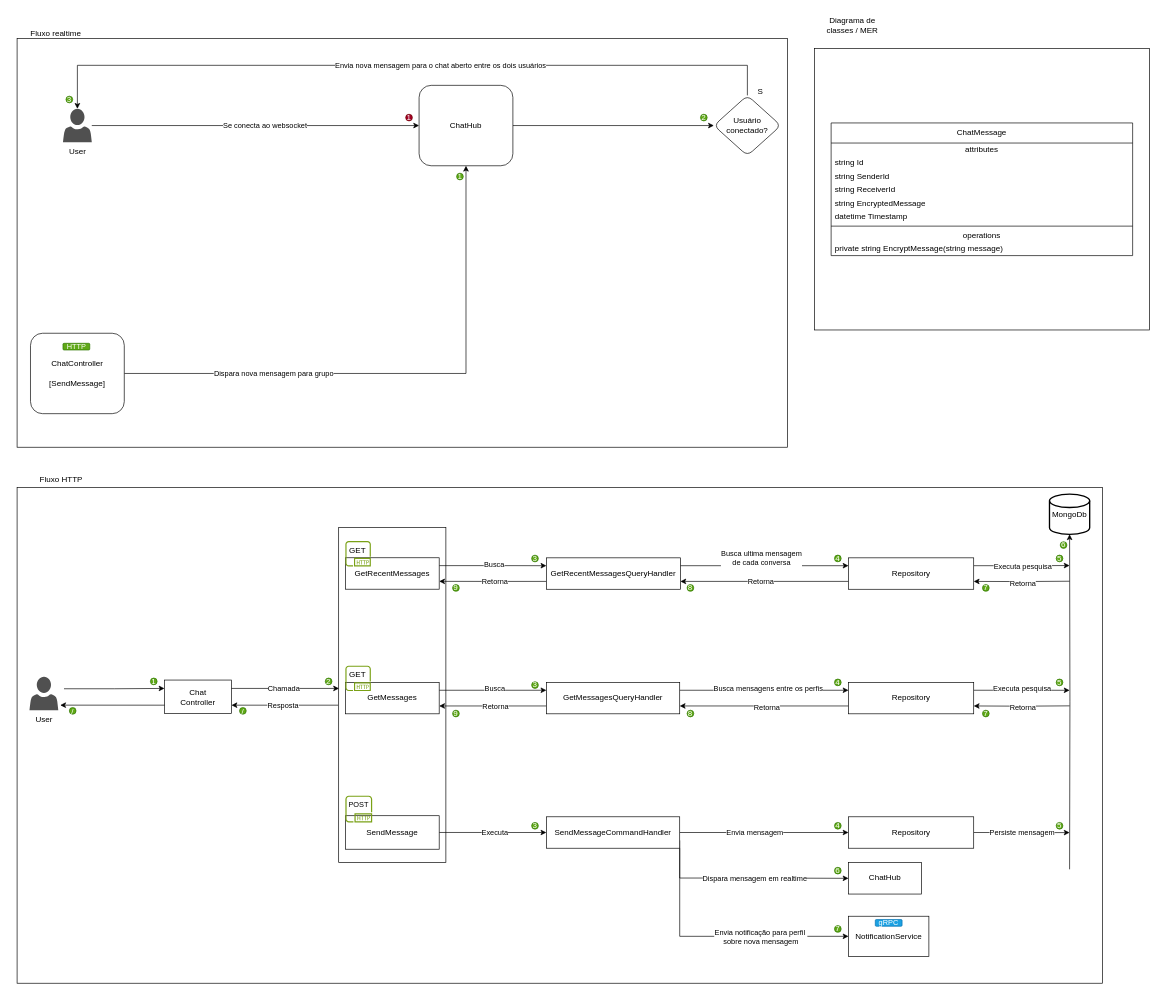
AlanEdward19/ShapeUp keeps this draw.io diagram as page "ChatService" (15 of 35) of Architecture.drawio. Above is the earlier version. Source tidied: cells renumbered, new cells numbered last; positions are measured from the earlier drawing's top-left corner, leaving out a move shared by most shapes. Both pictures are drawn from the tidied source at 67%, with x=0, y=0 at pixel (11, 11).
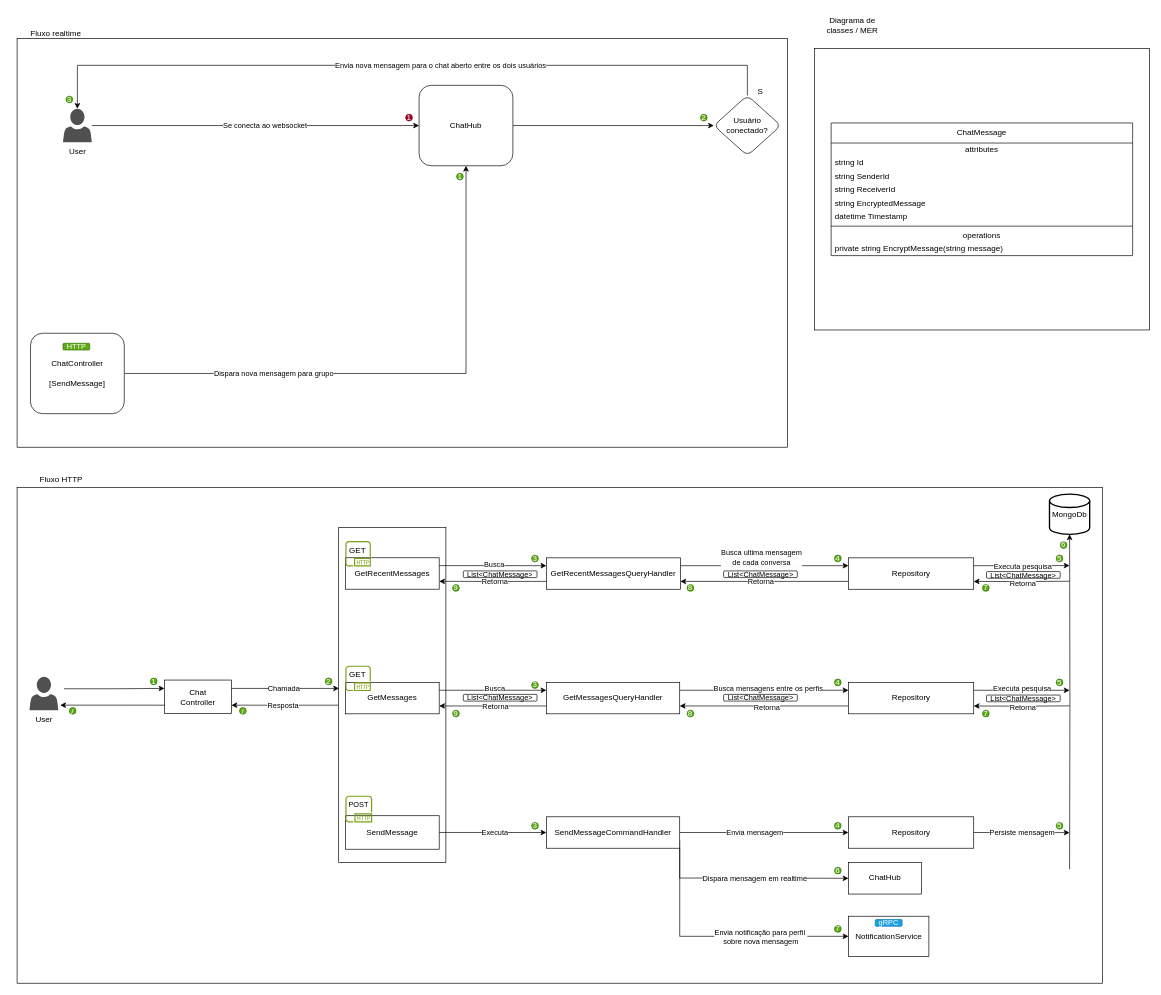
After the change.

Unchanged cells that the change refers to:
```xml
<mxCell id="17" style="edgeStyle=orthogonalEdgeStyle;rounded=0;jettySize=auto;html=1;exitX=1;exitY=0.25;exitDx=0;exitDy=0;entryX=0;entryY=0.25;entryDx=0;entryDy=0;" parent="1" edge="1" source="19" target="46">
  <mxGeometry relative="1" as="geometry" />
</mxCell>
```

Diff of the diagram source:
```diff
@@
     <mxCell id="18" value="Busca ultima mensagem&lt;div&gt;de cada conversa&lt;/div&gt;" style="edgeLabel;html=1;align=center;verticalAlign=middle;" parent="17" vertex="1">
       <mxGeometry x="-0.29" y="-1" relative="1" as="geometry">
-        <mxPoint x="31" y="-12" as="offset" />
+        <mxPoint x="31" y="-13" as="offset" />
       </mxGeometry>
     </mxCell>
@@
+    <mxCell id="126" value="List&amp;lt;ChatMessage&amp;gt;" style="rounded=1;whiteSpace=wrap;html=1;fontSize=11;" parent="1" vertex="1">
+      <mxGeometry x="1454.9" y="835.6" width="110" height="10" as="geometry" />
+    </mxCell>
+    <mxCell id="127" value="List&amp;lt;ChatMessage&amp;gt;" style="rounded=1;whiteSpace=wrap;html=1;fontSize=11;" parent="1" vertex="1">
+      <mxGeometry x="1062.5" y="834.6" width="110" height="10" as="geometry" />
+    </mxCell>
+    <mxCell id="128" value="List&amp;lt;ChatMessage&amp;gt;" style="rounded=1;whiteSpace=wrap;html=1;fontSize=11;" parent="1" vertex="1">
+      <mxGeometry x="1454.9" y="1019.9" width="110" height="10" as="geometry" />
+    </mxCell>
+    <mxCell id="129" value="List&amp;lt;ChatMessage&amp;gt;" style="rounded=1;whiteSpace=wrap;html=1;fontSize=11;" parent="1" vertex="1">
+      <mxGeometry x="1062.5" y="1018.9" width="110" height="10" as="geometry" />
+    </mxCell>
+    <mxCell id="130" value="List&amp;lt;ChatMessage&amp;gt;" style="rounded=1;whiteSpace=wrap;html=1;fontSize=11;" parent="1" vertex="1">
+      <mxGeometry x="674" y="834.6" width="110" height="10" as="geometry" />
+    </mxCell>
+    <mxCell id="131" value="List&amp;lt;ChatMessage&amp;gt;" style="rounded=1;whiteSpace=wrap;html=1;fontSize=11;" parent="1" vertex="1">
+      <mxGeometry x="674" y="1018.9" width="110" height="10" as="geometry" />
+    </mxCell>
```
